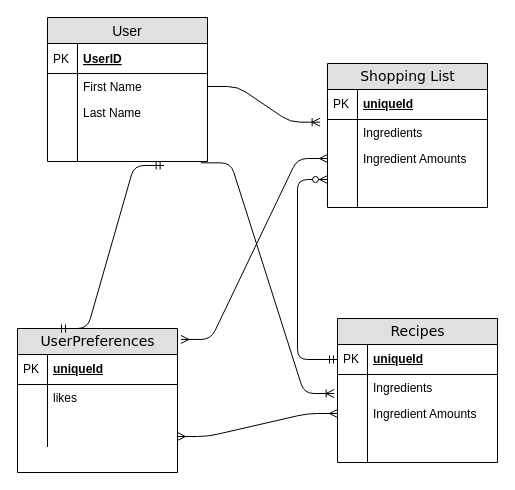
The draw.io diagram Data/Untitled Diagram.drawio in hamptoam/GroceryStoreGroupCapstone, before the edit. Source tidied: cells renumbered, new cells numbered last; positions are measured from the earlier drawing's top-left corner, leaving out a move shared by most shapes. Both pictures are drawn from the tidied source at 100%, with x=0, y=0 at pixel (17, 17).
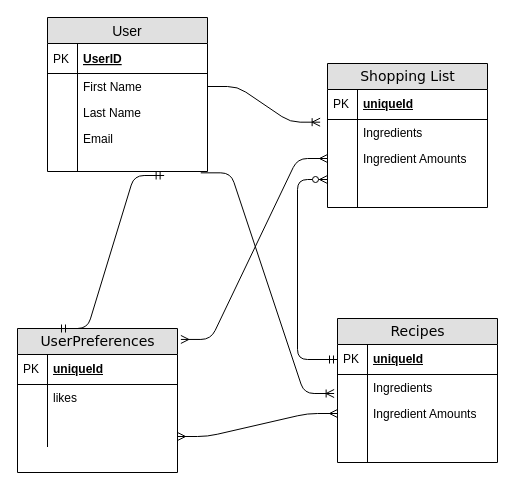
After the change.

What changed in the source:
```diff
@@
     <mxCell id="34" value="User" style="swimlane;fontStyle=0;horizontal=1;startSize=26;fillColor=#e0e0e0;swimlaneFillColor=#ffffff;align=center;fontSize=14;" parent="1" vertex="1">
-      <mxGeometry x="30" width="160" height="144" as="geometry" />
+      <mxGeometry x="30" width="160" height="154" as="geometry" />
     </mxCell>
@@
-    <mxCell id="41" style="shape=partialRectangle;top=0;left=0;right=0;bottom=0;align=left;verticalAlign=top;fillColor=none;spacingLeft=34;spacingRight=4;overflow=hidden;fontSize=12;" parent="34" vertex="1">
+    <mxCell id="41" value="Email" style="shape=partialRectangle;top=0;left=0;right=0;bottom=0;align=left;verticalAlign=top;fillColor=none;spacingLeft=34;spacingRight=4;overflow=hidden;fontSize=12;" parent="34" vertex="1">
       <mxGeometry y="108" width="160" height="26" as="geometry" />
     </mxCell>
@@
+    <mxCell id="50" style="shape=partialRectangle;top=0;left=0;right=0;bottom=0;align=left;verticalAlign=top;fillColor=none;spacingLeft=34;spacingRight=4;overflow=hidden;fontSize=12;" parent="34" vertex="1">
+      <mxGeometry y="134" width="160" height="10" as="geometry" />
+    </mxCell>
+    <mxCell id="51" style="shape=partialRectangle;top=0;left=0;bottom=0;fillColor=none;align=left;verticalAlign=top;spacingLeft=4;spacingRight=4;overflow=hidden;fontSize=12;" parent="50" vertex="1">
+      <mxGeometry width="30" height="10" as="geometry" />
+    </mxCell>
     <mxCell id="43" style="shape=partialRectangle;top=0;left=0;right=0;bottom=0;align=left;verticalAlign=top;fillColor=none;spacingLeft=34;spacingRight=4;overflow=hidden;points=[[0,0.5],[1,0.5]];portConstraint=eastwest;fontSize=12;" parent="34" vertex="1">
-      <mxGeometry y="134" width="160" height="10" as="geometry" />
+      <mxGeometry y="144" width="160" height="10" as="geometry" />
     </mxCell>
```
